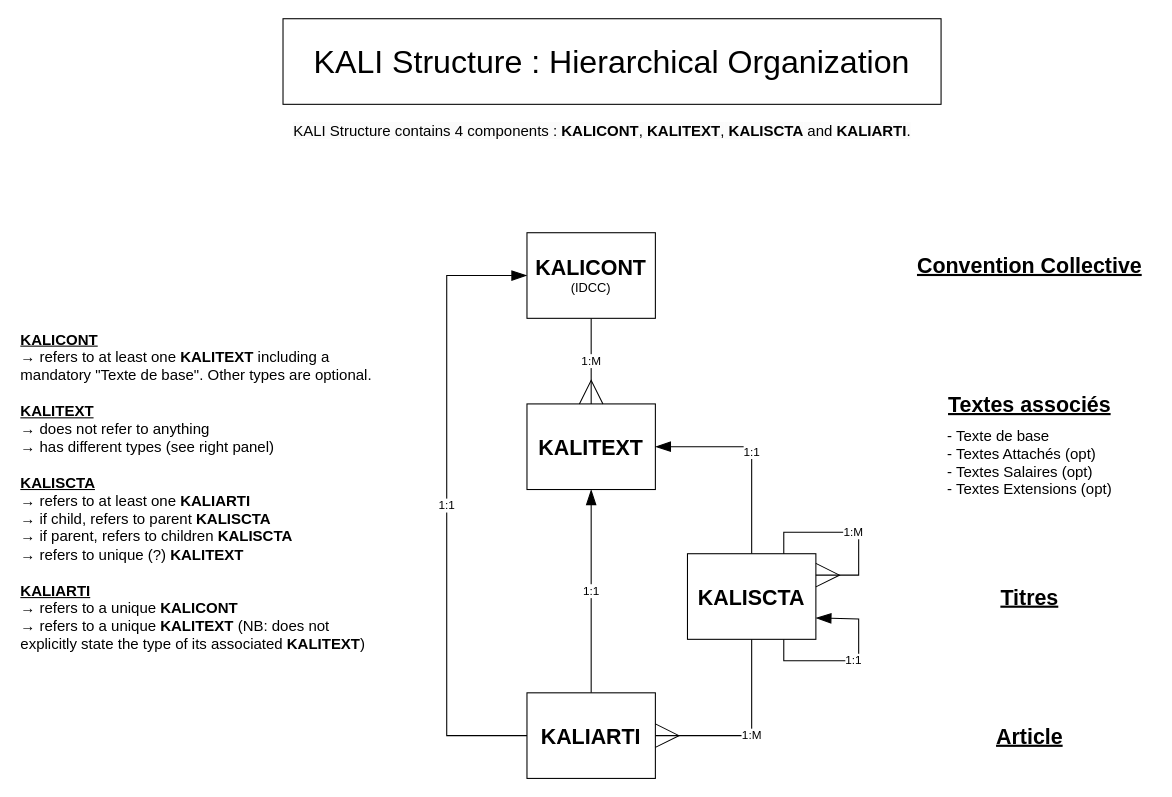
Earlier version of the draw.io diagram diagram/KALI_structure.drawio (szkjn/sandbox_drawio). Source tidied: cells renumbered, new cells numbered last; positions are measured from the earlier drawing's top-left corner, leaving out a move shared by most shapes. Both pictures are drawn from the tidied source at 107%, with x=0, y=0 at pixel (18, 18).
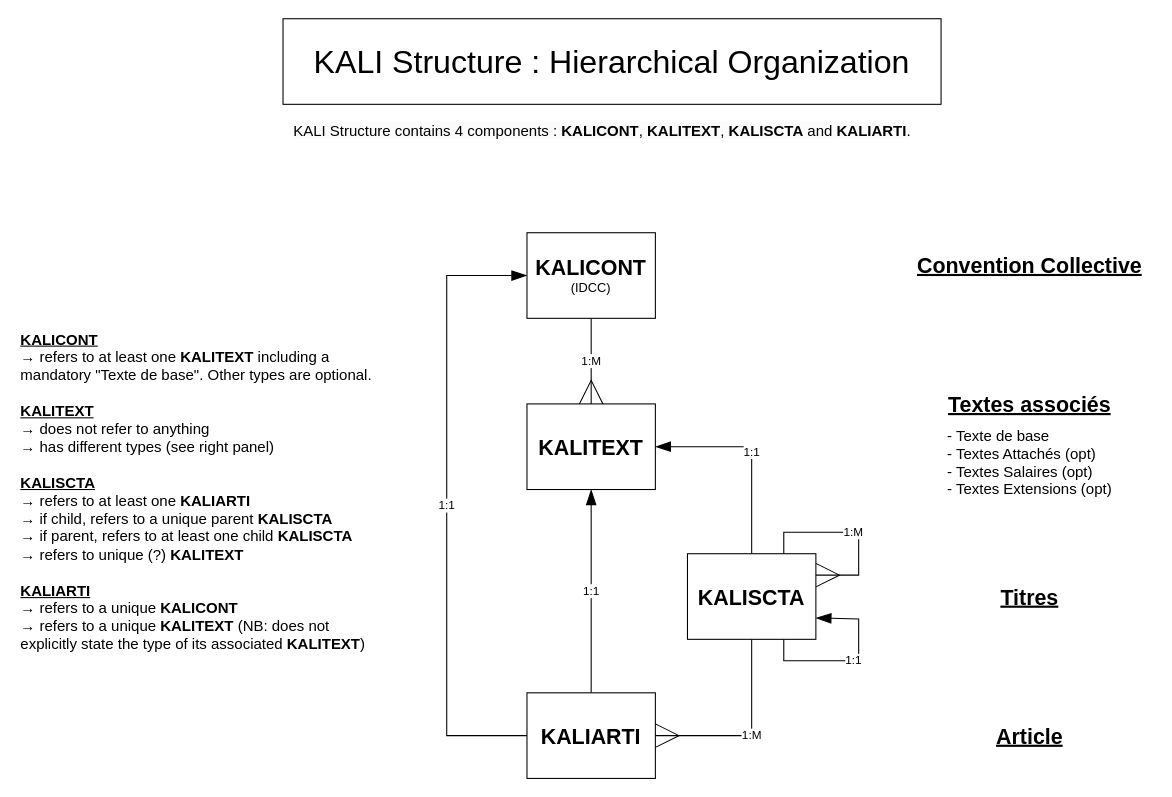
The same page after the edit.

Commit message:
Updates KALISCTA desc

Diff of the diagram source:
```diff
@@
-    <mxCell id="13" value="&lt;div&gt;&lt;br&gt;&lt;/div&gt;&lt;div&gt;&lt;div&gt;&lt;div&gt;&lt;span style=&quot;font-size: 14px;&quot;&gt;&lt;b&gt;&lt;u&gt;KALICONT&lt;/u&gt;&lt;/b&gt;&lt;/span&gt;&lt;/div&gt;&lt;div&gt;&lt;span style=&quot;font-size: 14px;&quot;&gt;→ refers to at least one &lt;b&gt;KALITEXT&lt;/b&gt; including a mandatory &quot;Texte de base&quot;. Other types are optional.&lt;/span&gt;&lt;span style=&quot;font-size: 14px;&quot;&gt;&lt;/span&gt;&lt;/div&gt;&lt;div&gt;&lt;font style=&quot;font-size: 14px;&quot;&gt;&lt;br&gt;&lt;/font&gt;&lt;/div&gt;&lt;div&gt;&lt;font style=&quot;font-size: 14px;&quot;&gt;&lt;b&gt;&lt;u&gt;KALITEXT&lt;/u&gt;&lt;/b&gt;&lt;/font&gt;&lt;/div&gt;&lt;div&gt;&lt;font style=&quot;font-size: 14px;&quot;&gt;→ does not refer to anything&lt;/font&gt;&lt;/div&gt;&lt;div&gt;&lt;font style=&quot;font-size: 14px;&quot;&gt;→ has different types (see right panel)&lt;/font&gt;&lt;/div&gt;&lt;div&gt;&lt;font style=&quot;font-size: 14px;&quot;&gt;&lt;br&gt;&lt;/font&gt;&lt;/div&gt;&lt;div&gt;&lt;font style=&quot;font-size: 14px;&quot;&gt;&lt;b&gt;&lt;u&gt;KALISCTA&lt;/u&gt;&lt;/b&gt;&amp;nbsp;&lt;/font&gt;&lt;/div&gt;&lt;div&gt;&lt;font style=&quot;font-size: 14px;&quot;&gt;&lt;span style=&quot;background-color: transparent; color: light-dark(rgb(0, 0, 0), rgb(255, 255, 255));&quot;&gt;→&amp;nbsp;&lt;/span&gt;refers to at least one&amp;nbsp;&lt;b&gt;KALIARTI&lt;/b&gt;&lt;/font&gt;&lt;/div&gt;&lt;div&gt;&lt;font style=&quot;font-size: 14px;&quot;&gt;&lt;span style=&quot;background-color: transparent; color: light-dark(rgb(0, 0, 0), rgb(255, 255, 255));&quot;&gt;→&lt;/span&gt;&amp;nbsp;if child, refers to parent &lt;b&gt;KALISCTA&lt;/b&gt;&lt;/font&gt;&lt;/div&gt;&lt;div&gt;&lt;font style=&quot;font-size: 14px;&quot;&gt;&lt;span style=&quot;background-color: transparent; color: light-dark(rgb(0, 0, 0), rgb(255, 255, 255));&quot;&gt;→&lt;/span&gt;&amp;nbsp;if parent, refers to children &lt;b&gt;KALISCTA&lt;/b&gt;&lt;/font&gt;&lt;/div&gt;&lt;div&gt;&lt;font style=&quot;font-size: 14px;&quot;&gt;&lt;span style=&quot;background-color: transparent; color: light-dark(rgb(0, 0, 0), rgb(255, 255, 255));&quot;&gt;→&lt;/span&gt;&amp;nbsp;refers to unique (?)&amp;nbsp;&lt;b&gt;KALITEXT&lt;/b&gt;&lt;/font&gt;&lt;/div&gt;&lt;div&gt;&lt;font style=&quot;font-size: 14px;&quot;&gt;&lt;br&gt;&lt;/font&gt;&lt;/div&gt;&lt;div&gt;&lt;font style=&quot;font-size: 14px;&quot;&gt;&lt;b&gt;&lt;u&gt;KALIARTI&lt;/u&gt;&lt;/b&gt;&lt;/font&gt;&lt;/div&gt;&lt;div&gt;&lt;font style=&quot;font-size: 14px;&quot;&gt;→ refers to a unique &lt;b&gt;KALICONT&lt;/b&gt;&lt;/font&gt;&lt;/div&gt;&lt;div&gt;&lt;font style=&quot;font-size: 14px;&quot;&gt;→ refers to a unique &lt;b&gt;KALITEXT&lt;/b&gt; (NB:&amp;nbsp;&lt;/font&gt;&lt;span style=&quot;background-color: transparent; color: light-dark(rgb(0, 0, 0), rgb(255, 255, 255)); font-size: 14px;&quot;&gt;does not explicitly state the type of its associated &lt;b&gt;KALITEXT&lt;/b&gt;)&lt;/span&gt;&lt;/div&gt;&lt;/div&gt;&lt;/div&gt;" style="text;html=1;align=left;verticalAlign=middle;whiteSpace=wrap;rounded=0;" parent="1" vertex="1">
+    <mxCell id="13" value="&lt;div&gt;&lt;br&gt;&lt;/div&gt;&lt;div&gt;&lt;div&gt;&lt;div&gt;&lt;span style=&quot;font-size: 14px;&quot;&gt;&lt;b&gt;&lt;u&gt;KALICONT&lt;/u&gt;&lt;/b&gt;&lt;/span&gt;&lt;/div&gt;&lt;div&gt;&lt;span style=&quot;font-size: 14px;&quot;&gt;→ refers to at least one &lt;b&gt;KALITEXT&lt;/b&gt; including a mandatory &quot;Texte de base&quot;. Other types are optional.&lt;/span&gt;&lt;span style=&quot;font-size: 14px;&quot;&gt;&lt;/span&gt;&lt;/div&gt;&lt;div&gt;&lt;font style=&quot;font-size: 14px;&quot;&gt;&lt;br&gt;&lt;/font&gt;&lt;/div&gt;&lt;div&gt;&lt;font style=&quot;font-size: 14px;&quot;&gt;&lt;b&gt;&lt;u&gt;KALITEXT&lt;/u&gt;&lt;/b&gt;&lt;/font&gt;&lt;/div&gt;&lt;div&gt;&lt;font style=&quot;font-size: 14px;&quot;&gt;→ does not refer to anything&lt;/font&gt;&lt;/div&gt;&lt;div&gt;&lt;font style=&quot;font-size: 14px;&quot;&gt;→ has different types (see right panel)&lt;/font&gt;&lt;/div&gt;&lt;div&gt;&lt;font style=&quot;font-size: 14px;&quot;&gt;&lt;br&gt;&lt;/font&gt;&lt;/div&gt;&lt;div&gt;&lt;font style=&quot;font-size: 14px;&quot;&gt;&lt;b&gt;&lt;u&gt;KALISCTA&lt;/u&gt;&lt;/b&gt;&amp;nbsp;&lt;/font&gt;&lt;/div&gt;&lt;div&gt;&lt;font style=&quot;font-size: 14px;&quot;&gt;&lt;span style=&quot;background-color: transparent; color: light-dark(rgb(0, 0, 0), rgb(255, 255, 255));&quot;&gt;→&amp;nbsp;&lt;/span&gt;refers to at least one&amp;nbsp;&lt;b&gt;KALIARTI&lt;/b&gt;&lt;/font&gt;&lt;/div&gt;&lt;div&gt;&lt;font style=&quot;font-size: 14px;&quot;&gt;&lt;span style=&quot;background-color: transparent; color: light-dark(rgb(0, 0, 0), rgb(255, 255, 255));&quot;&gt;→&lt;/span&gt;&amp;nbsp;if child, refers to a unique parent &lt;b&gt;KALISCTA&lt;/b&gt;&lt;/font&gt;&lt;/div&gt;&lt;div&gt;&lt;font style=&quot;font-size: 14px;&quot;&gt;&lt;span style=&quot;background-color: transparent; color: light-dark(rgb(0, 0, 0), rgb(255, 255, 255));&quot;&gt;→&lt;/span&gt;&amp;nbsp;if parent, refers to at least one child&amp;nbsp;&lt;b&gt;KALISCTA&lt;/b&gt;&lt;/font&gt;&lt;/div&gt;&lt;div&gt;&lt;font style=&quot;font-size: 14px;&quot;&gt;&lt;span style=&quot;background-color: transparent; color: light-dark(rgb(0, 0, 0), rgb(255, 255, 255));&quot;&gt;→&lt;/span&gt;&amp;nbsp;refers to unique (?)&amp;nbsp;&lt;b&gt;KALITEXT&lt;/b&gt;&lt;/font&gt;&lt;/div&gt;&lt;div&gt;&lt;font style=&quot;font-size: 14px;&quot;&gt;&lt;br&gt;&lt;/font&gt;&lt;/div&gt;&lt;div&gt;&lt;font style=&quot;font-size: 14px;&quot;&gt;&lt;b&gt;&lt;u&gt;KALIARTI&lt;/u&gt;&lt;/b&gt;&lt;/font&gt;&lt;/div&gt;&lt;div&gt;&lt;font style=&quot;font-size: 14px;&quot;&gt;→ refers to a unique &lt;b&gt;KALICONT&lt;/b&gt;&lt;/font&gt;&lt;/div&gt;&lt;div&gt;&lt;font style=&quot;font-size: 14px;&quot;&gt;→ refers to a unique &lt;b&gt;KALITEXT&lt;/b&gt; (NB:&amp;nbsp;&lt;/font&gt;&lt;span style=&quot;background-color: transparent; color: light-dark(rgb(0, 0, 0), rgb(255, 255, 255)); font-size: 14px;&quot;&gt;does not explicitly state the type of its associated &lt;b&gt;KALITEXT&lt;/b&gt;)&lt;/span&gt;&lt;/div&gt;&lt;/div&gt;&lt;/div&gt;" style="text;html=1;align=left;verticalAlign=middle;whiteSpace=wrap;rounded=0;" parent="1" vertex="1">
       <mxGeometry y="280" width="340" height="310" as="geometry" />
     </mxCell>
```
